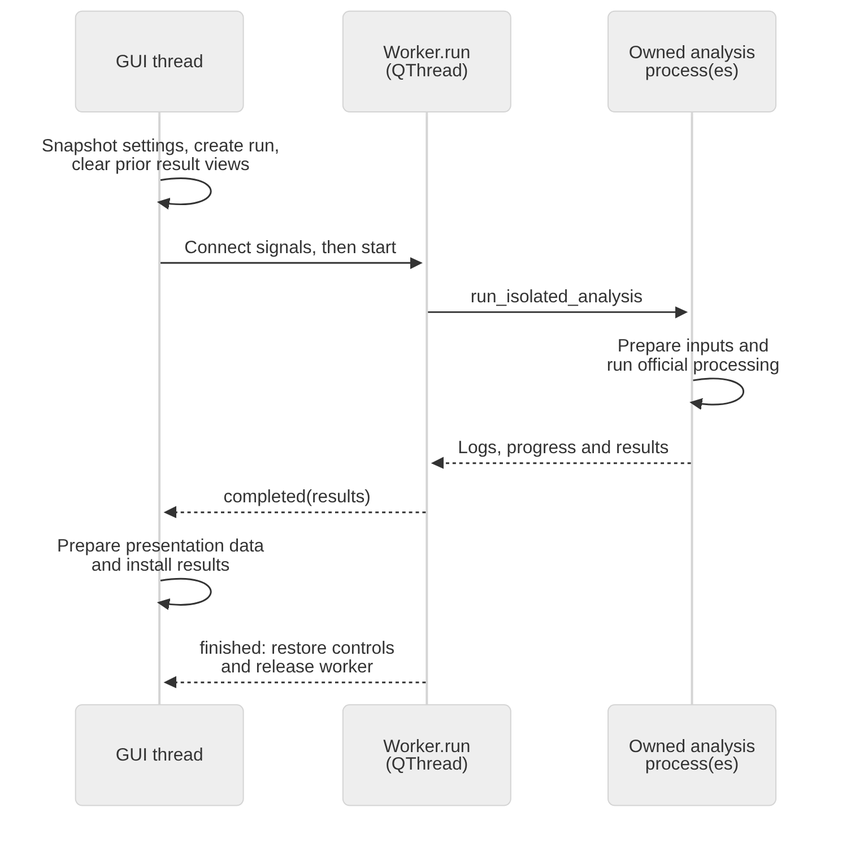
This is docs/images/architecture/analysis-sequence.png from biomarkersParkinson/ParaDigMa-Studio, a Mermaid export, as it was before one commit. Its source is kept beside it as docs/images/architecture/analysis-sequence.mmd.
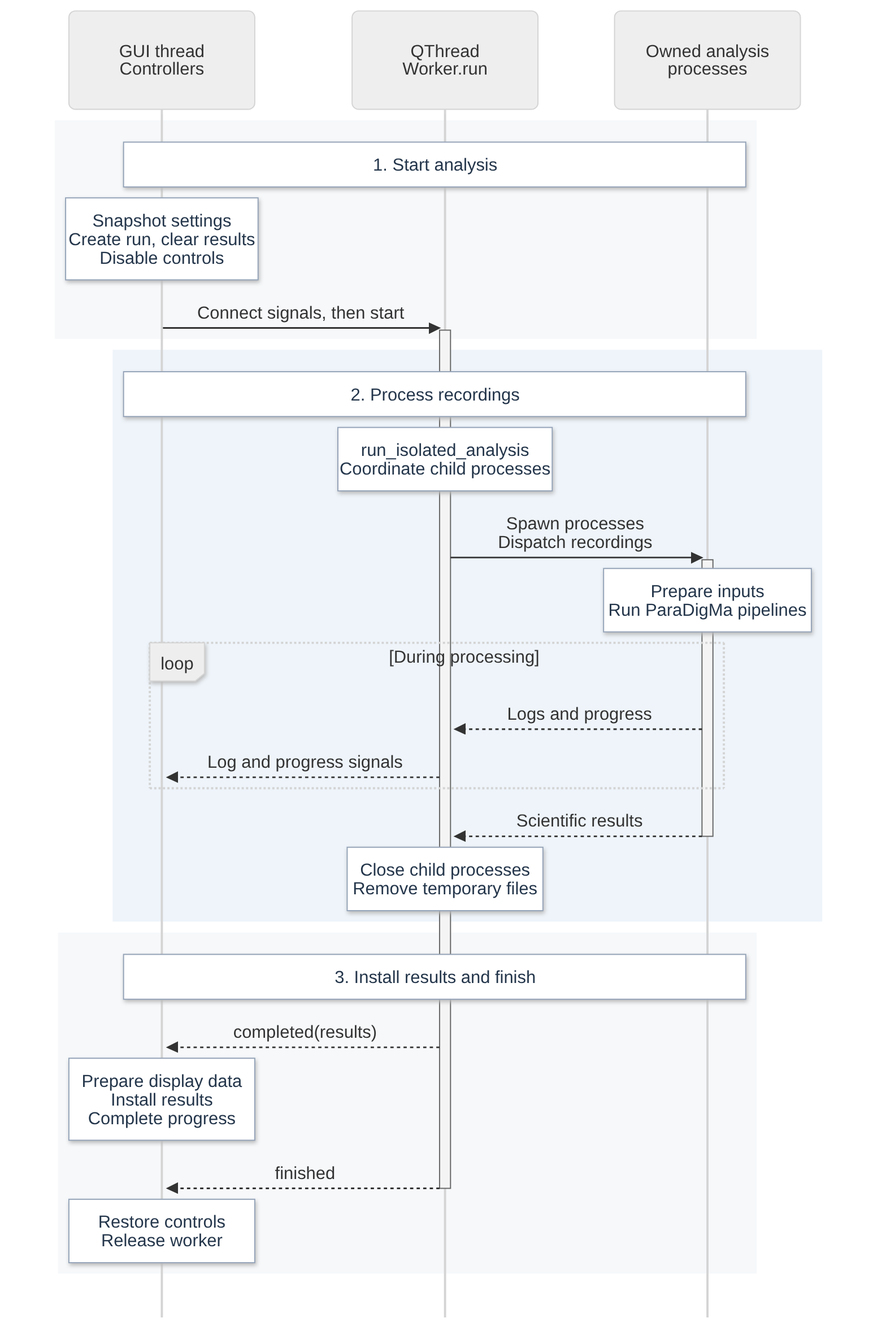
After the commit.

Commit message:
Clarify the analysis sequence diagram and execution phases

The edit, as a diff of the source:
```diff
@@ -1,12 +1,49 @@
+---
+config:
+    themeVariables:
+        noteBkgColor: "#ffffff"
+        noteBorderColor: "#94a3b8"
+        noteTextColor: "#24364b"
+    sequence:
+        mirrorActors: false
+        actorMargin: 70
+        width: 170
+        height: 55
+        messageMargin: 32
+        noteMargin: 12
+---
 sequenceDiagram
-    participant GUI as GUI thread
-    participant Worker as Worker.run<br/>(QThread)
-    participant Child as Owned analysis<br/>process(es)
-    GUI->>GUI: Snapshot settings, create run,<br/>clear prior result views
-    GUI->>Worker: Connect signals, then start
-    Worker->>Child: run_isolated_analysis
-    Child->>Child: Prepare inputs and<br/>run official processing
-    Child-->>Worker: Logs, progress and results
-    Worker-->>GUI: completed(results)
-    GUI->>GUI: Prepare presentation data<br/>and install results
-    Worker-->>GUI: finished: restore controls<br/>and release worker
+    participant GUI as GUI thread<br/>Controllers
+    participant Worker as QThread<br/>Worker.run
+    participant Child as Owned analysis<br/>processes
+
+    rect rgb(246, 248, 250)
+        Note over GUI,Child: 1. Start analysis
+        Note over GUI: Snapshot settings<br/>Create run, clear results<br/>Disable controls
+        GUI->>Worker: Connect signals, then start
+        activate Worker
+    end
+
+    rect rgb(238, 244, 250)
+        Note over GUI,Child: 2. Process recordings
+        Note over Worker: run_isolated_analysis<br/>Coordinate child processes
+        Worker->>Child: Spawn processes<br/>Dispatch recordings
+        activate Child
+        Note over Child: Prepare inputs<br/>Run ParaDigMa pipelines
+        loop During processing
+            Child-->>Worker: Logs and progress
+            Worker-->>GUI: Log and progress signals
+        end
+        Child-->>Worker: Scientific results
+        deactivate Child
+        Note over Worker: Close child processes<br/>Remove temporary files
+    end
+
+    rect rgb(246, 248, 250)
+        Note over GUI,Child: 3. Install results and finish
+        Worker-->>GUI: completed(results)
+        Note over GUI: Prepare display data<br/>Install results<br/>Complete progress
+        Worker-->>GUI: finished
+        deactivate Worker
+        Note over GUI: Restore controls<br/>Release worker
+    end
```
